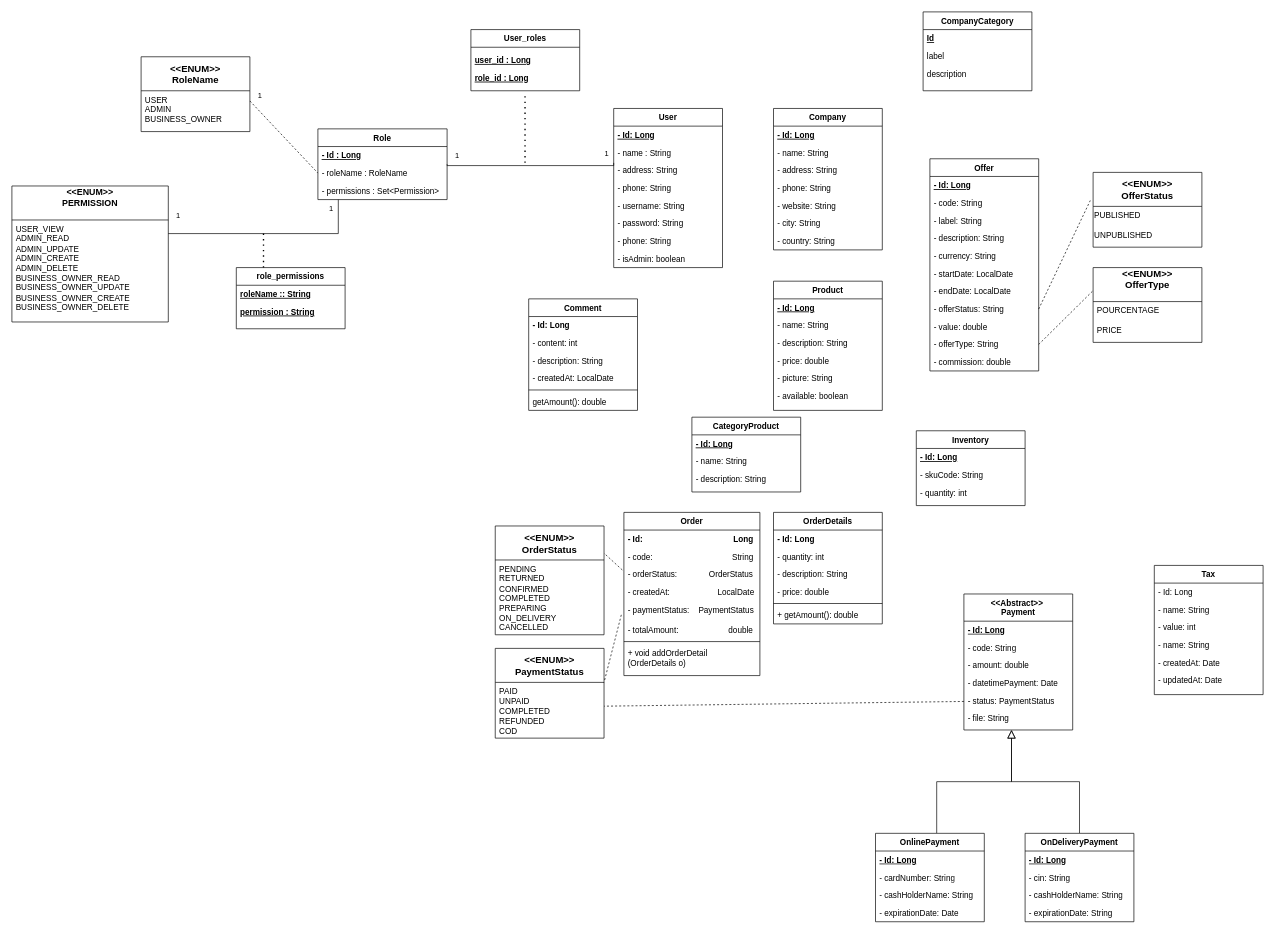
Earlier version of the draw.io diagram class_diagram(1)(1).drawio (amine-elarass49/angular_doc). Source tidied: cells renumbered, new cells numbered last; positions are measured from the earlier drawing's top-left corner, leaving out a move shared by most shapes. Both pictures are drawn from the tidied source at 68%, with x=0, y=0 at pixel (12, 12).
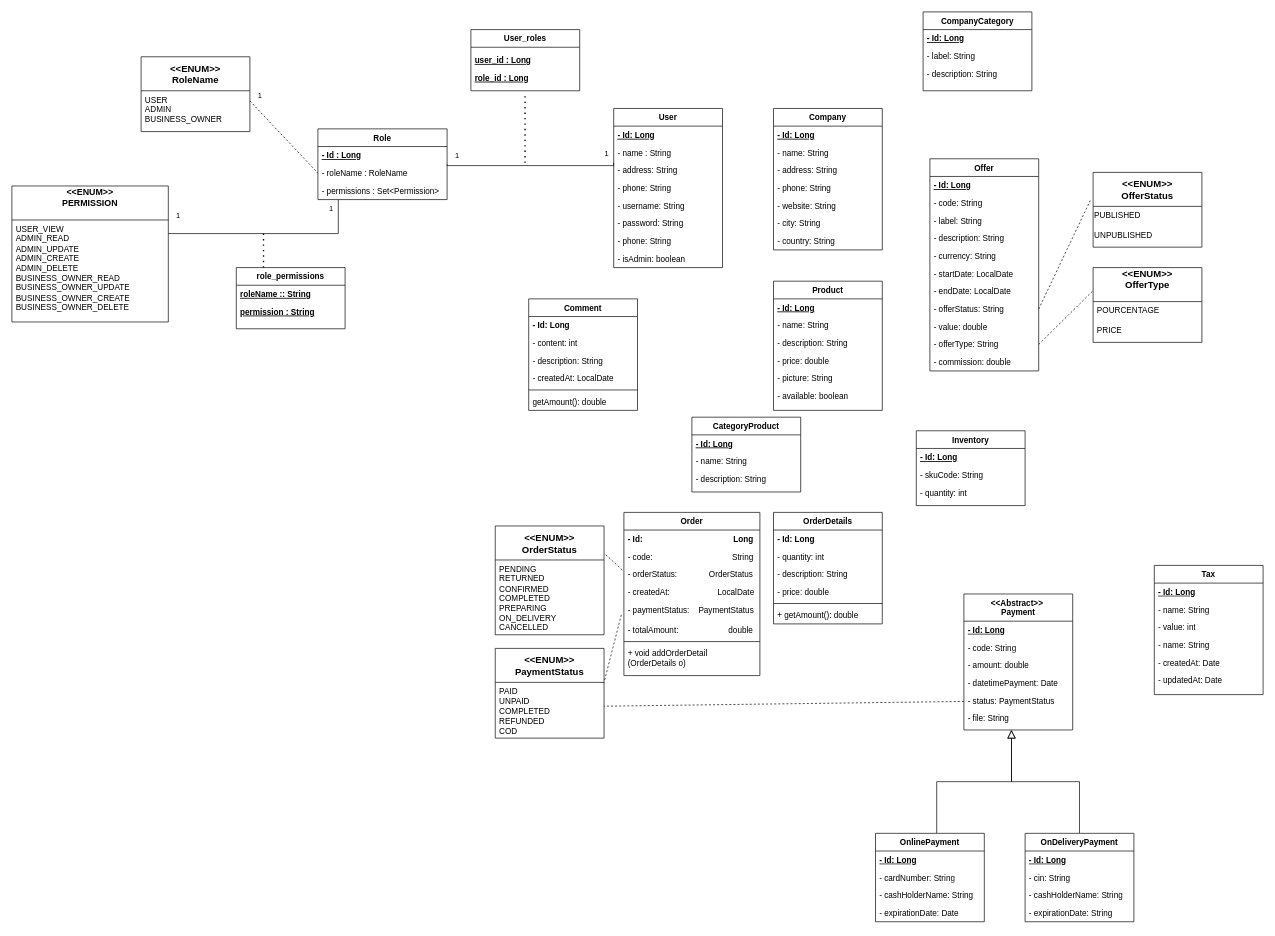
The same diagram, later.

The change refers to these unchanged cells:
```xml
<mxCell id="42" value="CompanyCategory&#10;" style="swimlane;fontStyle=1;align=center;verticalAlign=top;horizontal=1;startSize=26;rounded=0;shadow=0;strokeWidth=1;" parent="1" vertex="1">
  <mxGeometry x="1340" width="160" height="116" as="geometry" />
</mxCell>
<mxCell id="109" value="Tax" style="swimlane;fontStyle=1;align=center;verticalAlign=top;horizontal=1;startSize=26;whiteSpace=wrap;html=1;" parent="1" vertex="1">
  <mxGeometry x="1680" y="814" width="160" height="190" as="geometry" />
</mxCell>
```

Change to the diagram source:
```diff
@@
-    <mxCell id="43" value="Id" style="text;align=left;verticalAlign=top;spacingLeft=4;spacingRight=4;overflow=hidden;fontStyle=5;" parent="42" vertex="1">
+    <mxCell id="43" value="- Id: Long" style="text;align=left;verticalAlign=top;spacingLeft=4;spacingRight=4;overflow=hidden;fontStyle=5;" parent="42" vertex="1">
       <mxGeometry y="26" width="160" height="26" as="geometry" />
     </mxCell>
-    <mxCell id="44" value="label" style="text;align=left;verticalAlign=top;spacingLeft=4;spacingRight=4;overflow=hidden;rounded=0;shadow=0;html=0;" parent="42" vertex="1">
+    <mxCell id="44" value="- label: String" style="text;align=left;verticalAlign=top;spacingLeft=4;spacingRight=4;overflow=hidden;rounded=0;shadow=0;html=0;" parent="42" vertex="1">
       <mxGeometry y="52" width="160" height="26" as="geometry" />
     </mxCell>
-    <mxCell id="45" value="description" style="text;align=left;verticalAlign=top;spacingLeft=4;spacingRight=4;overflow=hidden;rounded=0;shadow=0;html=0;" parent="42" vertex="1">
+    <mxCell id="45" value="- description: String" style="text;align=left;verticalAlign=top;spacingLeft=4;spacingRight=4;overflow=hidden;rounded=0;shadow=0;html=0;" parent="42" vertex="1">
       <mxGeometry y="78" width="160" height="26" as="geometry" />
     </mxCell>
@@
-    <mxCell id="110" value="- Id: Long" style="text;strokeColor=none;fillColor=none;align=left;verticalAlign=top;spacingLeft=4;spacingRight=4;overflow=hidden;whiteSpace=wrap;html=1;" parent="109" vertex="1">
+    <mxCell id="110" value="&lt;u&gt;&lt;b&gt;- Id: Long&lt;/b&gt;&lt;/u&gt;" style="text;strokeColor=none;fillColor=none;align=left;verticalAlign=top;spacingLeft=4;spacingRight=4;overflow=hidden;whiteSpace=wrap;html=1;" parent="109" vertex="1">
       <mxGeometry y="26" width="160" height="26" as="geometry" />
     </mxCell>
```
